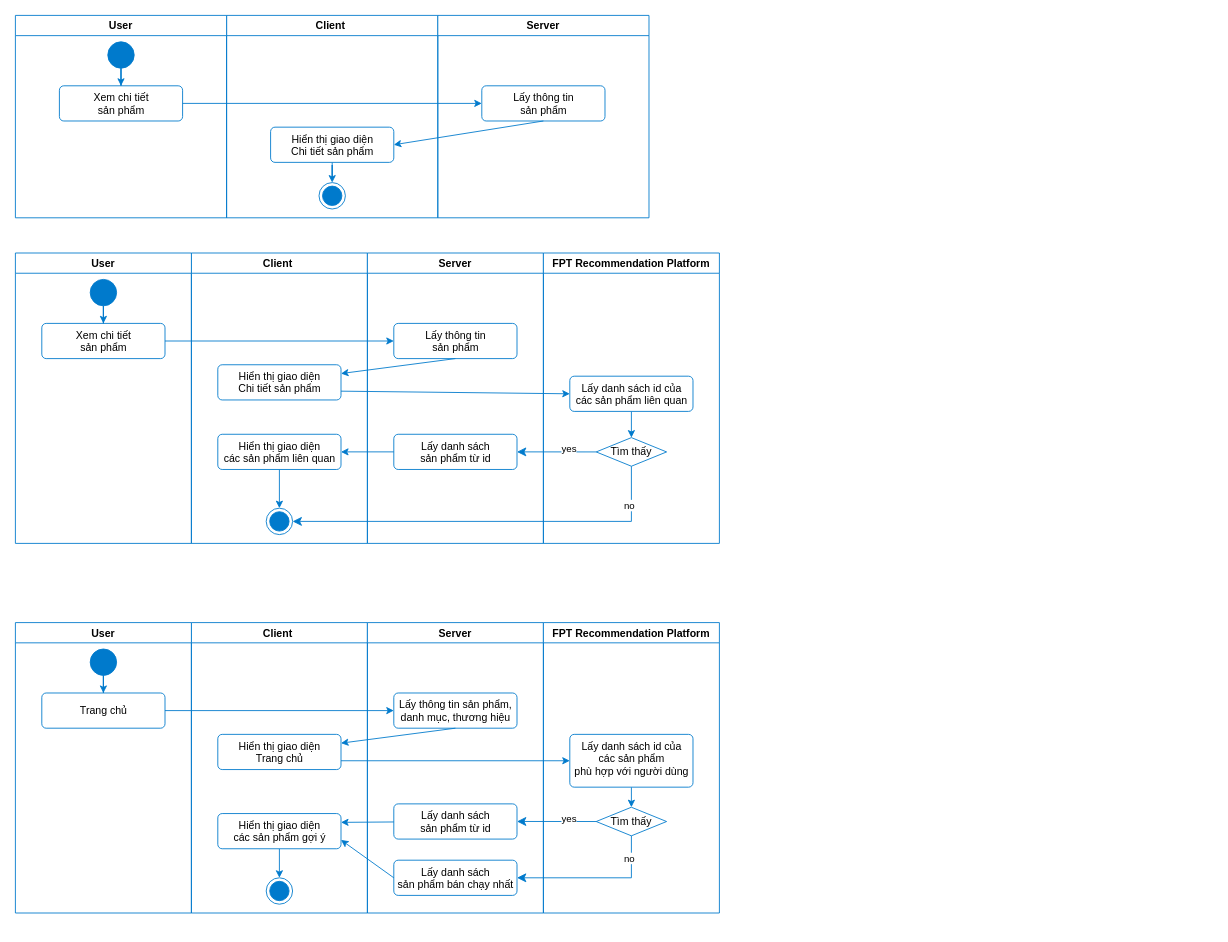
quockhanhtn/mern-ecommerce keeps this draw.io diagram as page "02_ViewProductDetail" (2 of 11) of docs/diagrams/ActivityDiagram.drawio. Above is the earlier version. Source tidied: cells renumbered, new cells numbered last; positions are measured from the earlier drawing's top-left corner, leaving out a move shared by most shapes. Both pictures are drawn from the tidied source at 88%, with x=0, y=0 at pixel (15, 15).
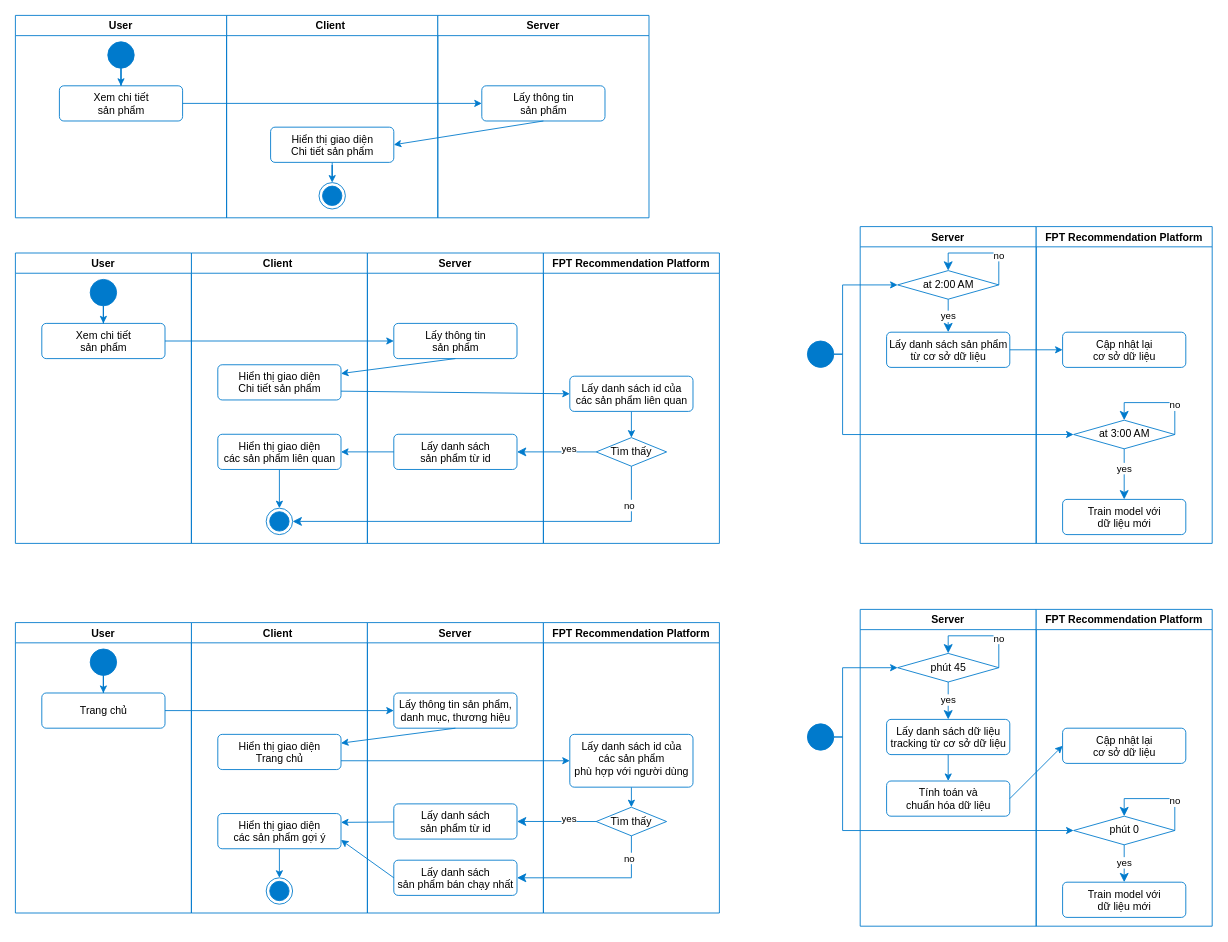
The same page after the edit.

The edit, as a diff of the source:
```diff
@@
+    <mxCell id="64" value="Server" style="swimlane;startSize=23;strokeColor=#007ACC;" parent="1" vertex="1">
+      <mxGeometry x="960" y="675" width="200" height="360" as="geometry" />
+    </mxCell>
+    <mxCell id="65" style="edgeStyle=none;rounded=0;jettySize=auto;html=1;entryX=0.5;entryY=0;entryDx=0;entryDy=0;strokeColor=#007ACC;elbow=vertical;" parent="64" edge="1" source="66" target="70">
+      <mxGeometry relative="1" as="geometry" />
+    </mxCell>
+    <mxCell id="66" value="Lấy danh sách dữ liệu&lt;br&gt;tracking từ cơ sở dữ liệu" style="html=1;align=center;verticalAlign=top;rounded=1;absoluteArcSize=1;arcSize=10;dashed=0;strokeColor=#007ACC;" parent="64" vertex="1">
+      <mxGeometry x="30" y="125" width="140" height="40" as="geometry" />
+    </mxCell>
+    <mxCell id="67" value="phút 45" style="rhombus;whiteSpace=wrap;html=1;strokeColor=#007ACC;" parent="64" vertex="1">
+      <mxGeometry x="42.5" y="50" width="115" height="32.5" as="geometry" />
+    </mxCell>
+    <mxCell id="68" value="yes" style="html=1;align=left;verticalAlign=top;endArrow=classic;endSize=8;strokeColor=#007ACC;rounded=0;entryX=0.5;entryY=0;entryDx=0;entryDy=0;endFill=1;exitX=0.5;exitY=1;exitDx=0;exitDy=0;" parent="64" edge="1" source="67" target="66">
+      <mxGeometry x="-0.68" y="-10" relative="1" as="geometry" />
+    </mxCell>
+    <mxCell id="69" value="no" style="html=1;align=left;verticalAlign=top;endArrow=classic;endSize=8;strokeColor=#007ACC;rounded=0;endFill=1;elbow=vertical;edgeStyle=orthogonalEdgeStyle;exitX=1;exitY=0.5;exitDx=0;exitDy=0;entryX=0.5;entryY=0;entryDx=0;entryDy=0;" parent="64" edge="1" source="67" target="67">
+      <mxGeometry x="-0.23" y="-10" relative="1" as="geometry">
+        <Array as="points">
+          <mxPoint x="158" y="30" />
+          <mxPoint x="100" y="30" />
+        </Array>
+      </mxGeometry>
+    </mxCell>
+    <mxCell id="70" value="Tính toán và &lt;br&gt;chuẩn hóa dữ liệu" style="html=1;align=center;verticalAlign=top;rounded=1;absoluteArcSize=1;arcSize=10;dashed=0;strokeColor=#007ACC;" parent="64" vertex="1">
+      <mxGeometry x="30" y="195" width="140" height="40" as="geometry" />
+    </mxCell>
+    <mxCell id="71" value="FPT Recommendation Platform" style="swimlane;startSize=23;strokeColor=#007ACC;" parent="1" vertex="1">
+      <mxGeometry x="1160" y="675" width="200" height="360" as="geometry" />
+    </mxCell>
+    <mxCell id="72" value="Cập nhật lại &lt;br&gt;cơ sở dữ liệu" style="html=1;align=center;verticalAlign=top;rounded=1;absoluteArcSize=1;arcSize=10;dashed=0;strokeColor=#007ACC;" parent="71" vertex="1">
+      <mxGeometry x="30" y="135" width="140" height="40" as="geometry" />
+    </mxCell>
+    <mxCell id="73" value="phút 0" style="rhombus;whiteSpace=wrap;html=1;strokeColor=#007ACC;" parent="71" vertex="1">
+      <mxGeometry x="42.5" y="235" width="115" height="32.5" as="geometry" />
+    </mxCell>
+    <mxCell id="74" value="yes" style="html=1;align=left;verticalAlign=top;endArrow=classic;endSize=8;strokeColor=#007ACC;rounded=0;entryX=0.5;entryY=0;entryDx=0;entryDy=0;endFill=1;exitX=0.5;exitY=1;exitDx=0;exitDy=0;" parent="71" edge="1" source="73" target="76">
+      <mxGeometry x="-0.68" y="-10" relative="1" as="geometry" />
+    </mxCell>
+    <mxCell id="75" value="no" style="html=1;align=left;verticalAlign=top;endArrow=classic;endSize=8;strokeColor=#007ACC;rounded=0;endFill=1;elbow=vertical;edgeStyle=orthogonalEdgeStyle;exitX=1;exitY=0.5;exitDx=0;exitDy=0;entryX=0.5;entryY=0;entryDx=0;entryDy=0;" parent="71" edge="1" source="73" target="73">
+      <mxGeometry x="-0.23" y="-10" relative="1" as="geometry">
+        <Array as="points">
+          <mxPoint x="158" y="215" />
+          <mxPoint x="100" y="215" />
+        </Array>
+      </mxGeometry>
+    </mxCell>
+    <mxCell id="76" value="Train model với&lt;br&gt;dữ liệu mới" style="html=1;align=center;verticalAlign=top;rounded=1;absoluteArcSize=1;arcSize=10;dashed=0;strokeColor=#007ACC;" parent="71" vertex="1">
+      <mxGeometry x="30" y="310" width="140" height="40" as="geometry" />
+    </mxCell>
+    <mxCell id="77" style="edgeStyle=orthogonalEdgeStyle;rounded=0;jettySize=auto;html=1;strokeColor=#007ACC;elbow=vertical;entryX=0;entryY=0.5;entryDx=0;entryDy=0;" parent="1" edge="1" source="78" target="73">
+      <mxGeometry relative="1" as="geometry">
+        <Array as="points">
+          <mxPoint x="940" y="820" />
+          <mxPoint x="940" y="926" />
+        </Array>
+      </mxGeometry>
+    </mxCell>
+    <mxCell id="78" style="ellipse;fillColor=#007acc;strokeColor=#007ACC;" parent="1" vertex="1">
+      <mxGeometry x="900" y="805" width="30" height="30" as="geometry" />
+    </mxCell>
+    <mxCell id="79" style="edgeStyle=orthogonalEdgeStyle;rounded=0;jettySize=auto;html=1;strokeColor=#007ACC;entryX=0;entryY=0.5;entryDx=0;entryDy=0;" parent="1" edge="1" source="78" target="67">
+      <mxGeometry relative="1" as="geometry">
+        <Array as="points">
+          <mxPoint x="940" y="820" />
+          <mxPoint x="940" y="741" />
+        </Array>
+      </mxGeometry>
+    </mxCell>
+    <mxCell id="80" style="rounded=0;jettySize=auto;html=1;strokeColor=#007ACC;elbow=vertical;exitX=1;exitY=0.5;exitDx=0;exitDy=0;entryX=0;entryY=0.5;entryDx=0;entryDy=0;" parent="1" edge="1" source="70" target="72">
+      <mxGeometry relative="1" as="geometry" />
+    </mxCell>
+    <mxCell id="81" value="Server" style="swimlane;startSize=23;strokeColor=#007ACC;" parent="1" vertex="1">
+      <mxGeometry x="960" y="240" width="200" height="360" as="geometry" />
+    </mxCell>
+    <mxCell id="82" value="Lấy danh sách sản phẩm&lt;br&gt;từ cơ sở dữ liệu" style="html=1;align=center;verticalAlign=top;rounded=1;absoluteArcSize=1;arcSize=10;dashed=0;strokeColor=#007ACC;" parent="81" vertex="1">
+      <mxGeometry x="30" y="120" width="140" height="40" as="geometry" />
+    </mxCell>
+    <mxCell id="83" value="at 2:00 AM" style="rhombus;whiteSpace=wrap;html=1;strokeColor=#007ACC;" parent="81" vertex="1">
+      <mxGeometry x="42.5" y="50" width="115" height="32.5" as="geometry" />
+    </mxCell>
+    <mxCell id="84" value="yes" style="html=1;align=left;verticalAlign=top;endArrow=classic;endSize=8;strokeColor=#007ACC;rounded=0;entryX=0.5;entryY=0;entryDx=0;entryDy=0;endFill=1;exitX=0.5;exitY=1;exitDx=0;exitDy=0;" parent="81" edge="1" source="83" target="82">
+      <mxGeometry x="-0.68" y="-10" relative="1" as="geometry" />
+    </mxCell>
+    <mxCell id="85" value="no" style="html=1;align=left;verticalAlign=top;endArrow=classic;endSize=8;strokeColor=#007ACC;rounded=0;endFill=1;elbow=vertical;edgeStyle=orthogonalEdgeStyle;exitX=1;exitY=0.5;exitDx=0;exitDy=0;entryX=0.5;entryY=0;entryDx=0;entryDy=0;" parent="81" edge="1" source="83" target="83">
+      <mxGeometry x="-0.23" y="-10" relative="1" as="geometry">
+        <Array as="points">
+          <mxPoint x="158" y="30" />
+          <mxPoint x="100" y="30" />
+        </Array>
+      </mxGeometry>
+    </mxCell>
+    <mxCell id="86" value="FPT Recommendation Platform" style="swimlane;startSize=23;strokeColor=#007ACC;" parent="1" vertex="1">
+      <mxGeometry x="1160" y="240" width="200" height="360" as="geometry" />
+    </mxCell>
+    <mxCell id="87" value="Cập nhật lại &lt;br&gt;cơ sở dữ liệu" style="html=1;align=center;verticalAlign=top;rounded=1;absoluteArcSize=1;arcSize=10;dashed=0;strokeColor=#007ACC;" parent="86" vertex="1">
+      <mxGeometry x="30" y="120" width="140" height="40" as="geometry" />
+    </mxCell>
+    <mxCell id="88" value="at 3:00 AM" style="rhombus;whiteSpace=wrap;html=1;strokeColor=#007ACC;" parent="86" vertex="1">
+      <mxGeometry x="42.5" y="220" width="115" height="32.5" as="geometry" />
+    </mxCell>
+    <mxCell id="89" value="yes" style="html=1;align=left;verticalAlign=top;endArrow=classic;endSize=8;strokeColor=#007ACC;rounded=0;entryX=0.5;entryY=0;entryDx=0;entryDy=0;endFill=1;exitX=0.5;exitY=1;exitDx=0;exitDy=0;" parent="86" edge="1" source="88" target="91">
+      <mxGeometry x="-0.68" y="-10" relative="1" as="geometry" />
+    </mxCell>
+    <mxCell id="90" value="no" style="html=1;align=left;verticalAlign=top;endArrow=classic;endSize=8;strokeColor=#007ACC;rounded=0;endFill=1;elbow=vertical;edgeStyle=orthogonalEdgeStyle;exitX=1;exitY=0.5;exitDx=0;exitDy=0;entryX=0.5;entryY=0;entryDx=0;entryDy=0;" parent="86" edge="1" source="88" target="88">
+      <mxGeometry x="-0.23" y="-10" relative="1" as="geometry">
+        <Array as="points">
+          <mxPoint x="158" y="200" />
+          <mxPoint x="100" y="200" />
+        </Array>
+      </mxGeometry>
+    </mxCell>
+    <mxCell id="91" value="Train model với&lt;br&gt;dữ liệu mới" style="html=1;align=center;verticalAlign=top;rounded=1;absoluteArcSize=1;arcSize=10;dashed=0;strokeColor=#007ACC;" parent="86" vertex="1">
+      <mxGeometry x="30" y="310" width="140" height="40" as="geometry" />
+    </mxCell>
+    <mxCell id="92" style="edgeStyle=orthogonalEdgeStyle;rounded=0;jettySize=auto;html=1;strokeColor=#007ACC;elbow=vertical;entryX=0;entryY=0.5;entryDx=0;entryDy=0;" parent="1" edge="1" source="93" target="88">
+      <mxGeometry relative="1" as="geometry">
+        <Array as="points">
+          <mxPoint x="940" y="385" />
+          <mxPoint x="940" y="476" />
+        </Array>
+      </mxGeometry>
+    </mxCell>
+    <mxCell id="93" style="ellipse;fillColor=#007acc;strokeColor=#007ACC;" parent="1" vertex="1">
+      <mxGeometry x="900" y="370" width="30" height="30" as="geometry" />
+    </mxCell>
+    <mxCell id="94" style="edgeStyle=orthogonalEdgeStyle;rounded=0;jettySize=auto;html=1;strokeColor=#007ACC;entryX=0;entryY=0.5;entryDx=0;entryDy=0;" parent="1" edge="1" source="93" target="83">
+      <mxGeometry relative="1" as="geometry">
+        <Array as="points">
+          <mxPoint x="940" y="385" />
+          <mxPoint x="940" y="306" />
+        </Array>
+      </mxGeometry>
+    </mxCell>
+    <mxCell id="95" style="edgeStyle=orthogonalEdgeStyle;rounded=0;jettySize=auto;html=1;strokeColor=#007ACC;elbow=vertical;" parent="1" edge="1" source="82" target="87">
+      <mxGeometry relative="1" as="geometry" />
+    </mxCell>
```
